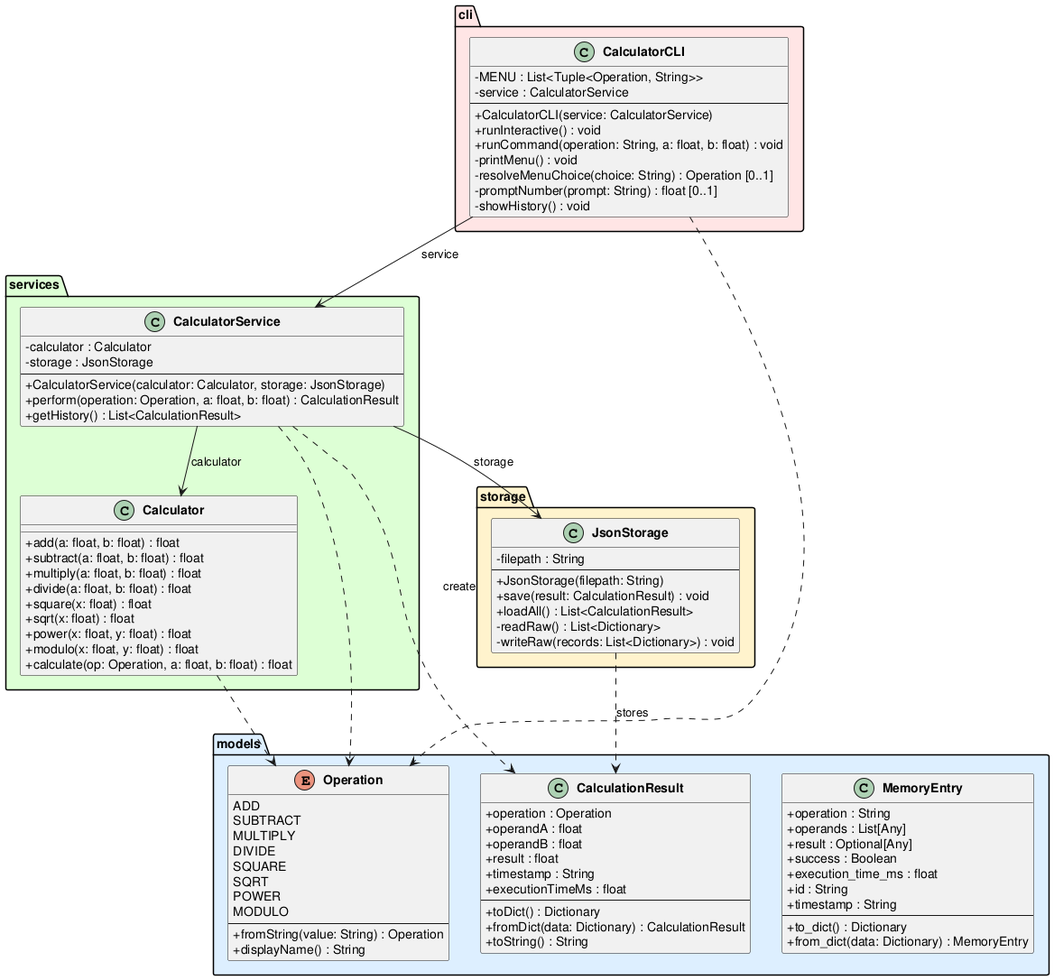
Earlier version of the PlantUML export experiments/broadcast/test_driven/calculator/artifacts/class_diagram.png (DanielRiha8906/Software_autoevolution_using_agents).
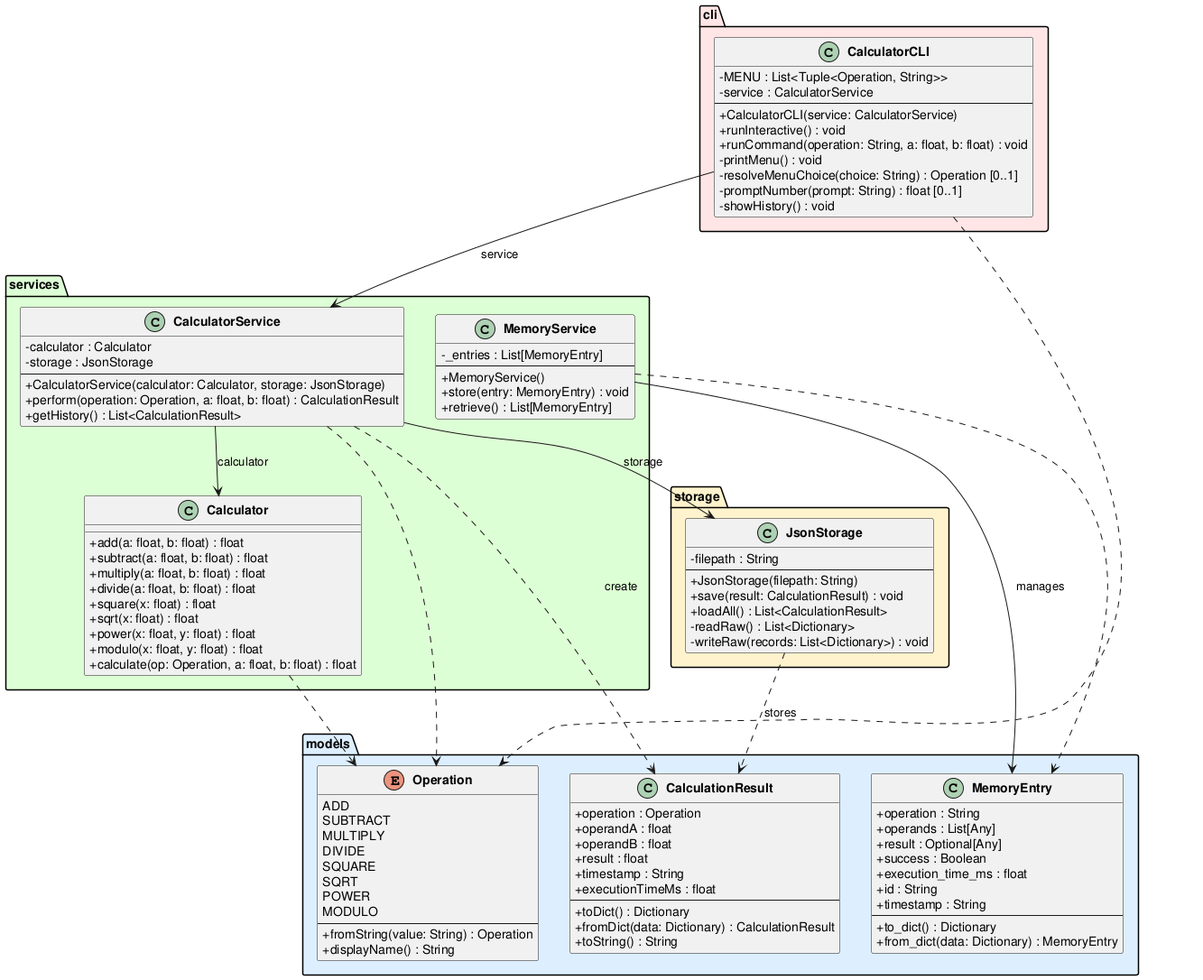
After the commit.

The edit, as a diff of the source:
```diff
@@ -66,6 +66,14 @@
         +perform(operation: Operation, a: float, b: float) : CalculationResult
         +getHistory() : List<CalculationResult>
     }
+
+    class MemoryService {
+        -_entries : List[MemoryEntry]
+        --
+        +MemoryService()
+        +store(entry: MemoryEntry) : void
+        +retrieve() : List[MemoryEntry]
+    }
 }
 
 package "storage" #FFF3CC {
@@ -98,11 +106,13 @@
 CalculatorCLI --> CalculatorService : service
 CalculatorService --> Calculator : calculator
 CalculatorService --> JsonStorage : storage
+MemoryService --> MemoryEntry : manages
 
 CalculatorService ..> CalculationResult : create
 CalculatorService ..> Operation
 CalculatorCLI ..> Operation
 Calculator ..> Operation
 JsonStorage ..> CalculationResult : stores
+MemoryService ..> MemoryEntry
 
 @enduml
```
